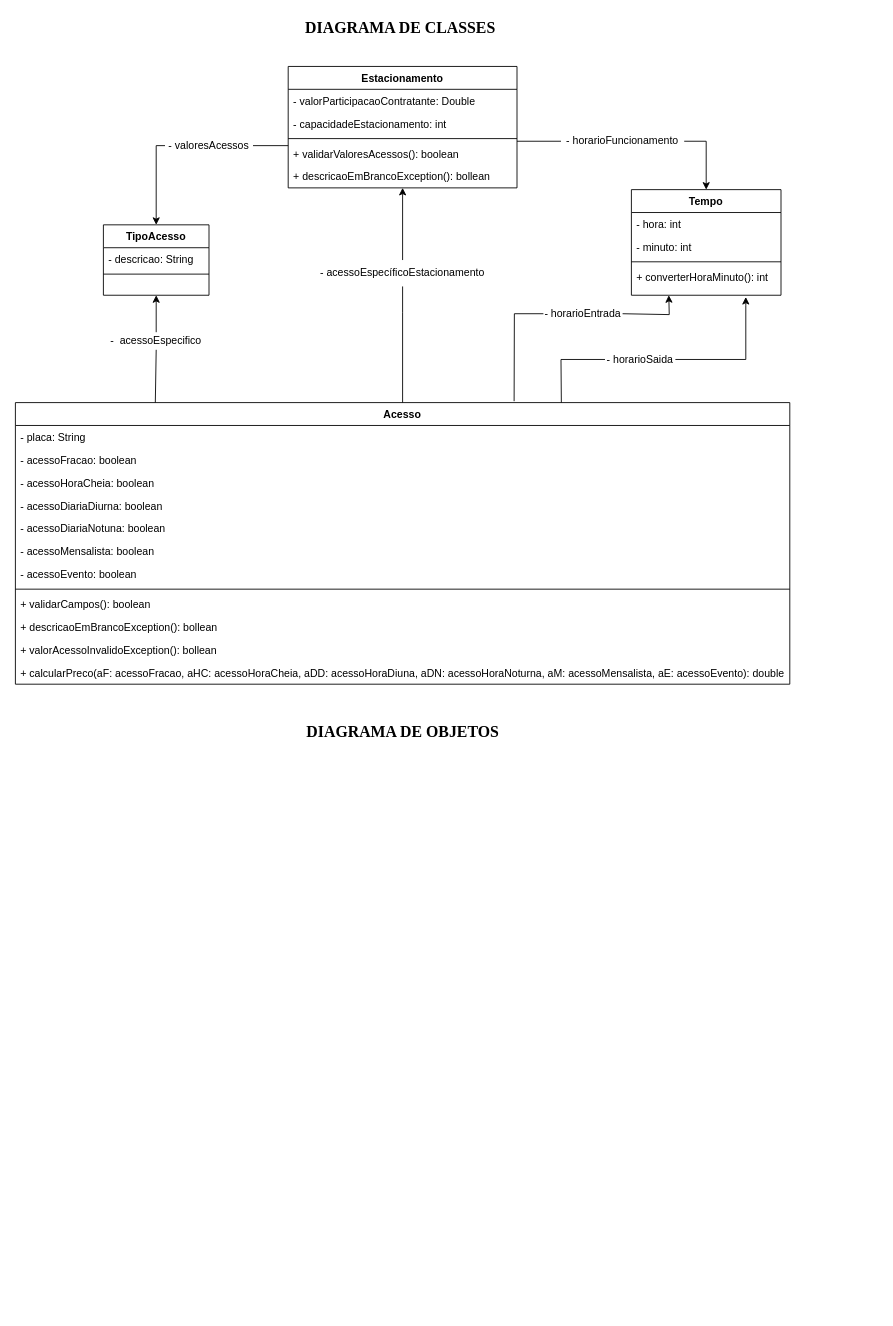
Earlier version of the draw.io diagram diagramas/diagrama-classes.drawio (rodwendrel/orientacao-objetos). Source tidied: cells renumbered, new cells numbered last; positions are measured from the earlier drawing's top-left corner, leaving out a move shared by most shapes. Both pictures are drawn from the tidied source at 88%, with x=0, y=0 at pixel (15, 15).
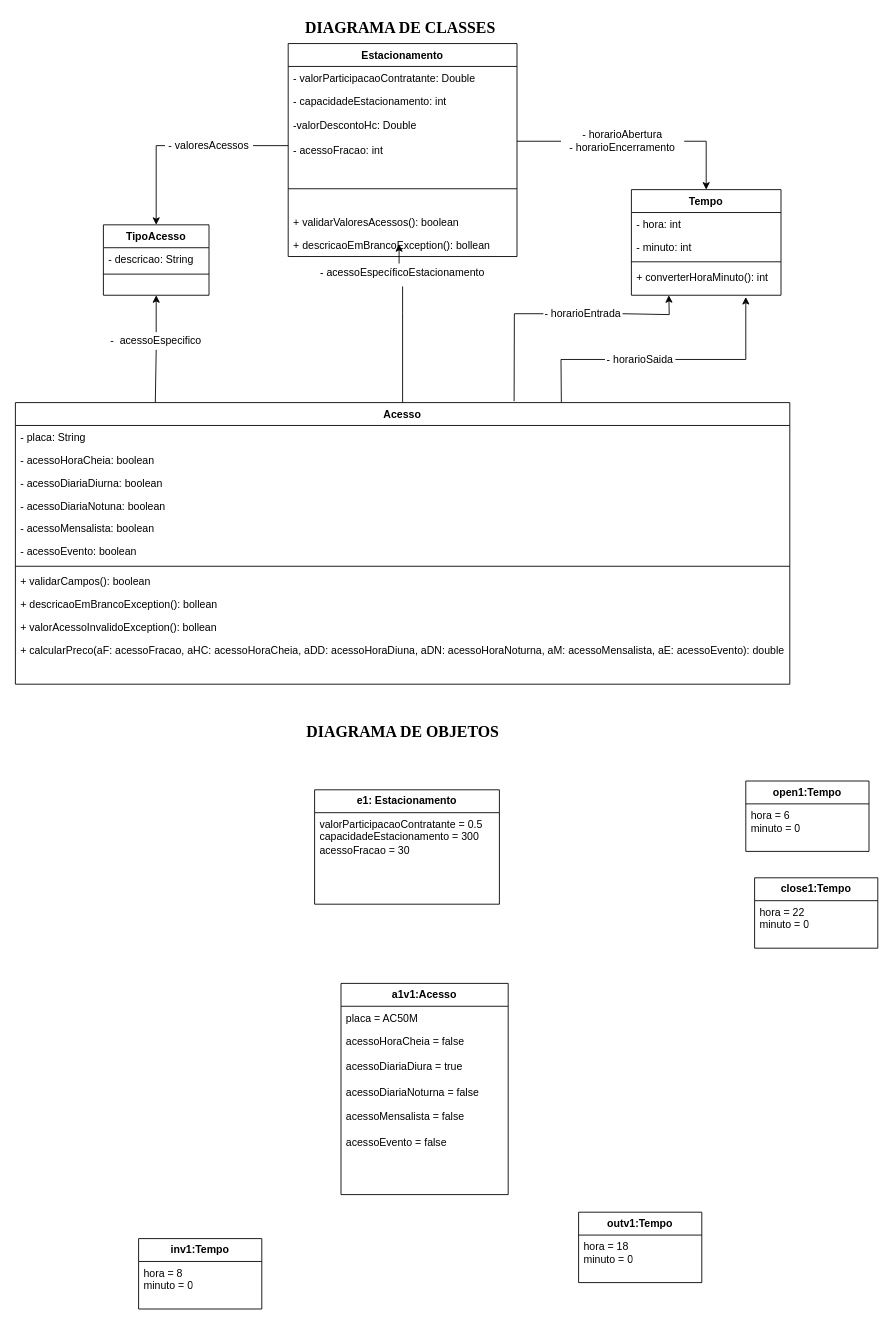
The same diagram, later.

The change refers to these unchanged cells:
```xml
<mxCell id="8" value="Acesso" style="swimlane;fontStyle=1;align=center;verticalAlign=top;horizontal=1;startSize=26;rounded=0;shadow=0;strokeWidth=1;" parent="1" vertex="1">
  <mxGeometry y="440" width="880" height="320" as="geometry" />
</mxCell>
<mxCell id="30" value="- acessoEspecíficoEstacionamento" style="text;html=1;strokeColor=none;fillColor=none;align=center;verticalAlign=middle;whiteSpace=wrap;rounded=0;" parent="1" vertex="1">
  <mxGeometry x="340" y="278" width="200" height="30" as="geometry" />
</mxCell>
```

What changed in the source:
```diff
@@
     <mxCell id="2" value="Estacionamento" style="swimlane;fontStyle=1;align=center;verticalAlign=top;horizontal=1;startSize=26;rounded=0;shadow=0;strokeWidth=1;" parent="1" vertex="1">
-      <mxGeometry x="310" y="58" width="260" height="138" as="geometry" />
+      <mxGeometry x="310" y="32" width="260" height="242" as="geometry" />
     </mxCell>
@@
-    <mxCell id="4" value="- capacidadeEstacionamento: int" style="text;align=left;verticalAlign=top;spacingLeft=4;spacingRight=4;overflow=hidden;" parent="2" vertex="1">
-      <mxGeometry y="52" width="260" height="26" as="geometry" />
+    <mxCell id="4" value="- capacidadeEstacionamento: int&#10;&#10;-valorDescontoHc: Double&#10;&#10;- acessoFracao: int&#10;&#10;" style="text;align=left;verticalAlign=top;spacingLeft=4;spacingRight=4;overflow=hidden;" parent="2" vertex="1">
+      <mxGeometry y="52" width="260" height="88" as="geometry" />
     </mxCell>
     <mxCell id="5" style="line;html=1;strokeWidth=1;align=left;verticalAlign=middle;spacingTop=-1;spacingLeft=3;spacingRight=3;labelPosition=right;" parent="2" vertex="1">
-      <mxGeometry y="78" width="260" height="8" as="geometry" />
+      <mxGeometry y="140" width="260" height="50" as="geometry" />
     </mxCell>
     <mxCell id="6" value="+ validarValoresAcessos(): boolean" style="text;align=left;verticalAlign=top;spacingLeft=4;spacingRight=4;overflow=hidden;" parent="2" vertex="1">
-      <mxGeometry y="86" width="260" height="26" as="geometry" />
+      <mxGeometry y="190" width="260" height="26" as="geometry" />
     </mxCell>
     <mxCell id="7" value="+ descricaoEmBrancoException(): bollean" style="text;align=left;verticalAlign=top;spacingLeft=4;spacingRight=4;overflow=hidden;" parent="2" vertex="1">
-      <mxGeometry y="112" width="260" height="26" as="geometry" />
+      <mxGeometry y="216" width="260" height="26" as="geometry" />
     </mxCell>
@@
-    <mxCell id="10" value="- acessoFracao: boolean" style="text;align=left;verticalAlign=top;spacingLeft=4;spacingRight=4;overflow=hidden;" parent="8" vertex="1">
-      <mxGeometry y="52" width="880" height="26" as="geometry" />
-    </mxCell>
     <mxCell id="11" value="- acessoHoraCheia: boolean" style="text;align=left;verticalAlign=top;spacingLeft=4;spacingRight=4;overflow=hidden;" parent="8" vertex="1">
-      <mxGeometry y="78" width="880" height="26" as="geometry" />
+      <mxGeometry y="52" width="880" height="26" as="geometry" />
     </mxCell>
     <mxCell id="12" value="- acessoDiariaDiurna: boolean" style="text;align=left;verticalAlign=top;spacingLeft=4;spacingRight=4;overflow=hidden;" parent="8" vertex="1">
-      <mxGeometry y="104" width="880" height="26" as="geometry" />
+      <mxGeometry y="78" width="880" height="26" as="geometry" />
     </mxCell>
     <mxCell id="13" value="- acessoDiariaNotuna: boolean" style="text;align=left;verticalAlign=top;spacingLeft=4;spacingRight=4;overflow=hidden;" parent="8" vertex="1">
-      <mxGeometry y="130" width="880" height="26" as="geometry" />
+      <mxGeometry y="104" width="880" height="26" as="geometry" />
     </mxCell>
     <mxCell id="14" value="- acessoMensalista: boolean" style="text;align=left;verticalAlign=top;spacingLeft=4;spacingRight=4;overflow=hidden;" parent="8" vertex="1">
-      <mxGeometry y="156" width="880" height="26" as="geometry" />
+      <mxGeometry y="130" width="880" height="26" as="geometry" />
     </mxCell>
     <mxCell id="15" value="- acessoEvento: boolean" style="text;align=left;verticalAlign=top;spacingLeft=4;spacingRight=4;overflow=hidden;" parent="8" vertex="1">
-      <mxGeometry y="182" width="880" height="26" as="geometry" />
+      <mxGeometry y="156" width="880" height="26" as="geometry" />
     </mxCell>
     <mxCell id="16" style="line;html=1;strokeWidth=1;align=left;verticalAlign=middle;spacingTop=-1;spacingLeft=3;spacingRight=3;labelPosition=right;" parent="8" vertex="1">
-      <mxGeometry y="208" width="880" height="8" as="geometry" />
+      <mxGeometry y="182" width="880" height="8" as="geometry" />
     </mxCell>
     <mxCell id="17" value="+ validarCampos(): boolean" style="text;align=left;verticalAlign=top;spacingLeft=4;spacingRight=4;overflow=hidden;" parent="8" vertex="1">
-      <mxGeometry y="216" width="880" height="26" as="geometry" />
+      <mxGeometry y="190" width="880" height="26" as="geometry" />
     </mxCell>
     <mxCell id="18" value="+ descricaoEmBrancoException(): bollean" style="text;align=left;verticalAlign=top;spacingLeft=4;spacingRight=4;overflow=hidden;" parent="8" vertex="1">
-      <mxGeometry y="242" width="880" height="26" as="geometry" />
+      <mxGeometry y="216" width="880" height="26" as="geometry" />
     </mxCell>
     <mxCell id="19" value="+ valorAcessoInvalidoException(): bollean" style="text;align=left;verticalAlign=top;spacingLeft=4;spacingRight=4;overflow=hidden;" parent="8" vertex="1">
-      <mxGeometry y="268" width="880" height="26" as="geometry" />
+      <mxGeometry y="242" width="880" height="26" as="geometry" />
     </mxCell>
     <mxCell id="20" value="+ calcularPreco(aF: acessoFracao, aHC: acessoHoraCheia, aDD: acessoHoraDiuna, aDN: acessoHoraNoturna, aM: acessoMensalista, aE: acessoEvento): double" style="text;align=left;verticalAlign=top;spacingLeft=4;spacingRight=4;overflow=hidden;" parent="8" vertex="1">
-      <mxGeometry y="294" width="880" height="26" as="geometry" />
+      <mxGeometry y="268" width="880" height="26" as="geometry" />
     </mxCell>
@@
-    <mxCell id="27" value="- horarioFuncionamento" style="text;html=1;strokeColor=none;fillColor=none;align=center;verticalAlign=middle;whiteSpace=wrap;rounded=0;" parent="1" vertex="1">
+    <mxCell id="27" value="- horarioAbertura&lt;br&gt;- horarioEncerramento" style="text;html=1;strokeColor=none;fillColor=none;align=center;verticalAlign=middle;whiteSpace=wrap;rounded=0;" parent="1" vertex="1">
       <mxGeometry x="620" y="133" width="140" height="20" as="geometry" />
     </mxCell>
@@
-    <mxCell id="33" style="endArrow=classic;html=1;rounded=0;entryX=0.5;entryY=1;entryDx=0;entryDy=0;exitX=0.5;exitY=0;exitDx=0;exitDy=0;" parent="1" edge="1" source="30" target="2">
-      <mxGeometry relative="1" as="geometry" />
+    <mxCell id="33" style="endArrow=classic;html=1;rounded=0;exitX=0.5;exitY=0;exitDx=0;exitDy=0;" parent="1" edge="1">
+      <mxGeometry relative="1" as="geometry">
+        <mxPoint x="436" y="282" as="sourcePoint" />
+        <mxPoint x="436" y="260" as="targetPoint" />
+      </mxGeometry>
     </mxCell>
@@
+    <mxCell id="50" value="&lt;b&gt;e1: Estacionamento&lt;/b&gt;" style="swimlane;fontStyle=0;horizontal=1;startSize=26;fillColor=none;whiteSpace=wrap;html=1;" parent="1" vertex="1">
+      <mxGeometry x="340" y="880" width="210" height="130" as="geometry" />
+    </mxCell>
+    <mxCell id="51" value="valorParticipacaoContratante&lt;span style=&quot;white-space: pre;&quot;&gt; &lt;/span&gt;= 0.5&lt;br&gt;capacidadeEstacionamento = 300&lt;br&gt;acessoFracao = 30" style="text;strokeColor=none;fillColor=none;align=left;verticalAlign=top;spacingLeft=4;spacingRight=4;overflow=hidden;whiteSpace=wrap;html=1;" parent="50" vertex="1">
+      <mxGeometry y="26" width="210" height="104" as="geometry" />
+    </mxCell>
+    <mxCell id="52" value="&lt;b&gt;close1:Tempo&lt;/b&gt;" style="swimlane;fontStyle=0;horizontal=1;startSize=26;fillColor=none;whiteSpace=wrap;html=1;" parent="1" vertex="1">
+      <mxGeometry x="840" y="980" width="140" height="80" as="geometry" />
+    </mxCell>
+    <mxCell id="53" value="hora = 22&lt;br&gt;minuto = 0" style="text;strokeColor=none;fillColor=none;align=left;verticalAlign=top;spacingLeft=4;spacingRight=4;overflow=hidden;whiteSpace=wrap;html=1;" parent="52" vertex="1">
+      <mxGeometry y="26" width="140" height="54" as="geometry" />
+    </mxCell>
+    <mxCell id="54" value="&lt;b&gt;open1:Tempo&lt;/b&gt;" style="swimlane;fontStyle=0;horizontal=1;startSize=26;fillColor=none;whiteSpace=wrap;html=1;" parent="1" vertex="1">
+      <mxGeometry x="830" y="870" width="140" height="80" as="geometry" />
+    </mxCell>
+    <mxCell id="55" value="hora = 6&lt;br&gt;minuto = 0" style="text;strokeColor=none;fillColor=none;align=left;verticalAlign=top;spacingLeft=4;spacingRight=4;overflow=hidden;whiteSpace=wrap;html=1;" parent="54" vertex="1">
+      <mxGeometry y="26" width="140" height="54" as="geometry" />
+    </mxCell>
+    <mxCell id="56" value="&lt;b&gt;a1v1:Acesso&lt;/b&gt;" style="swimlane;fontStyle=0;horizontal=1;startSize=26;fillColor=none;whiteSpace=wrap;html=1;" parent="1" vertex="1">
+      <mxGeometry x="370" y="1100" width="190" height="240" as="geometry" />
+    </mxCell>
+    <mxCell id="57" value="placa = AC50M" style="text;strokeColor=none;fillColor=none;align=left;verticalAlign=top;spacingLeft=4;spacingRight=4;overflow=hidden;whiteSpace=wrap;html=1;" parent="56" vertex="1">
+      <mxGeometry y="26" width="190" height="26" as="geometry" />
+    </mxCell>
+    <mxCell id="58" value="acessoHoraCheia = false&lt;br&gt;&lt;br&gt;acessoDiariaDiura = true&lt;br&gt;&lt;br&gt;acessoDiariaNoturna = false&lt;br&gt;&lt;br&gt;acessoMensalista = false&lt;br&gt;&lt;br&gt;acessoEvento = false&lt;br&gt;&lt;br&gt;" style="text;strokeColor=none;fillColor=none;align=left;verticalAlign=top;spacingLeft=4;spacingRight=4;overflow=hidden;whiteSpace=wrap;html=1;" parent="56" vertex="1">
+      <mxGeometry y="52" width="190" height="188" as="geometry" />
+    </mxCell>
+    <mxCell id="59" value="&lt;b&gt;inv1:Tempo&lt;/b&gt;" style="swimlane;fontStyle=0;horizontal=1;startSize=26;fillColor=none;whiteSpace=wrap;html=1;" parent="1" vertex="1">
+      <mxGeometry x="140" y="1390" width="140" height="80" as="geometry" />
+    </mxCell>
+    <mxCell id="60" value="hora = 8&lt;br&gt;minuto = 0" style="text;strokeColor=none;fillColor=none;align=left;verticalAlign=top;spacingLeft=4;spacingRight=4;overflow=hidden;whiteSpace=wrap;html=1;" parent="59" vertex="1">
+      <mxGeometry y="26" width="140" height="54" as="geometry" />
+    </mxCell>
+    <mxCell id="61" value="&lt;b&gt;outv1:Tempo&lt;/b&gt;" style="swimlane;fontStyle=0;horizontal=1;startSize=26;fillColor=none;whiteSpace=wrap;html=1;" parent="1" vertex="1">
+      <mxGeometry x="640" y="1360" width="140" height="80" as="geometry" />
+    </mxCell>
+    <mxCell id="62" value="hora = 18&lt;br&gt;minuto = 0" style="text;strokeColor=none;fillColor=none;align=left;verticalAlign=top;spacingLeft=4;spacingRight=4;overflow=hidden;whiteSpace=wrap;html=1;" parent="61" vertex="1">
+      <mxGeometry y="26" width="140" height="54" as="geometry" />
+    </mxCell>
```
